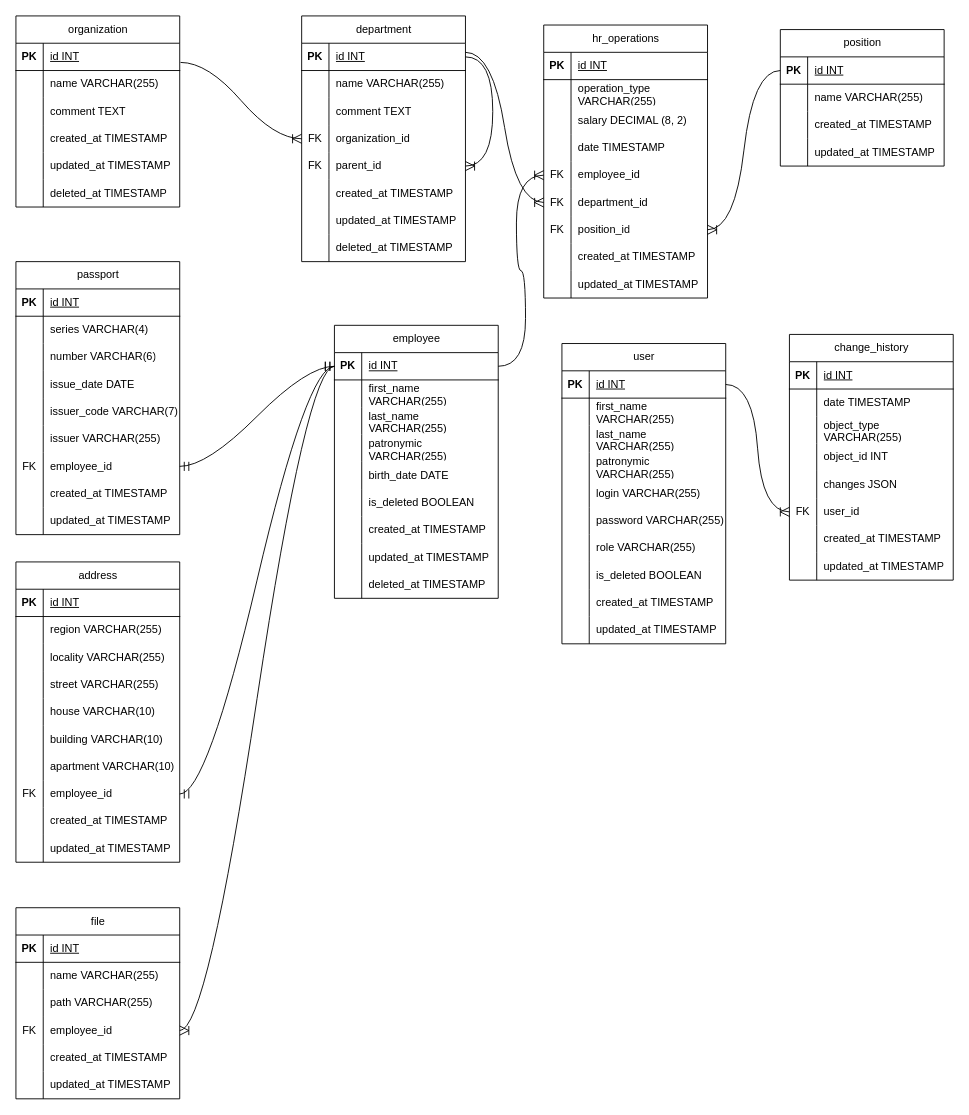
The draw.io diagram docs/ERD.drawio in merkit5/areal-hr_ext-test, before the edit. Source tidied: cells renumbered, new cells numbered last; positions are measured from the earlier drawing's top-left corner, leaving out a move shared by most shapes. Both pictures are drawn from the tidied source at 91%, with x=0, y=0 at pixel (15, -267).
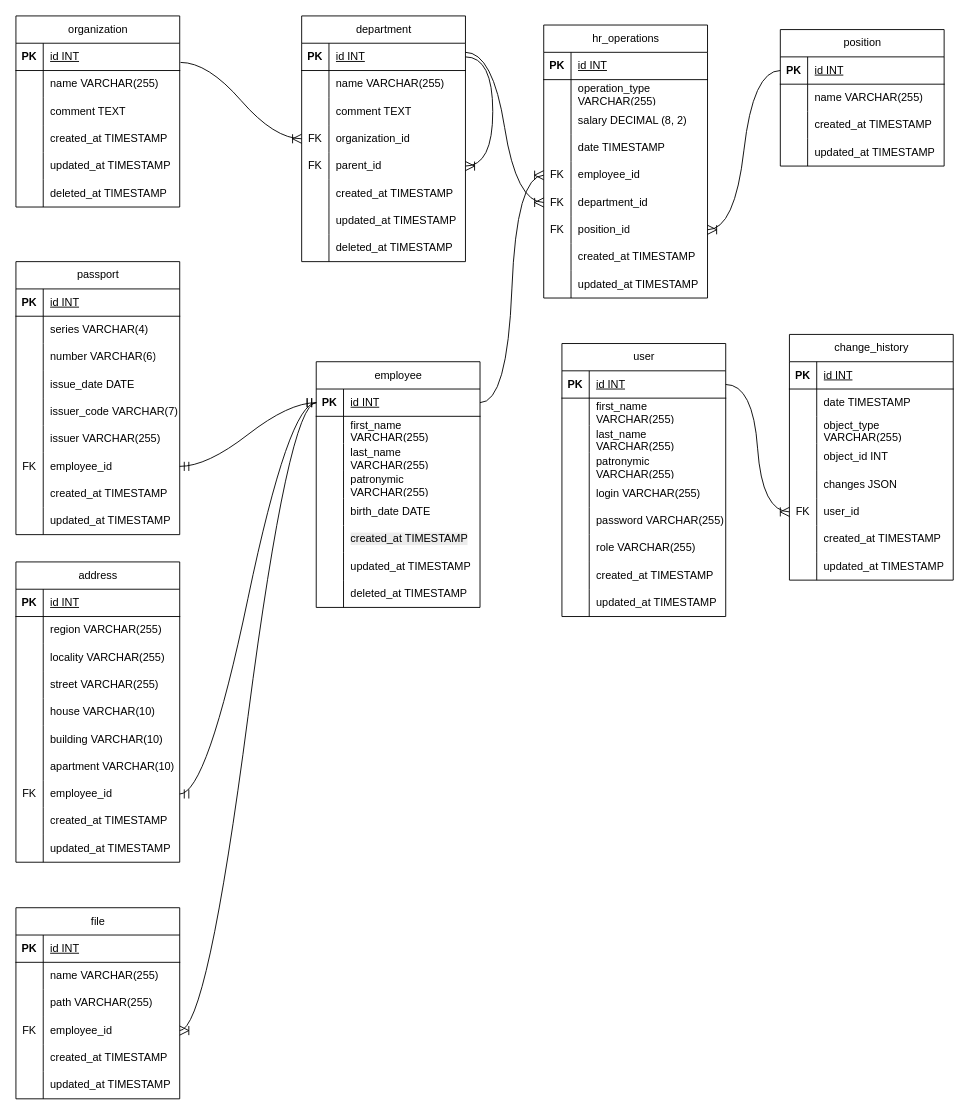
After the change.

Unchanged cells that the change refers to:
```xml
<mxCell id="107" style="shape=tableRow;horizontal=0;startSize=0;swimlaneHead=0;swimlaneBody=0;fillColor=none;top=0;left=0;right=0;bottom=0;" parent="91" vertex="1">
  <mxGeometry y="180" width="180" height="30" as="geometry" />
</mxCell>
<mxCell id="110" style="shape=tableRow;horizontal=0;startSize=0;swimlaneHead=0;swimlaneBody=0;fillColor=none;top=0;left=0;right=0;bottom=0;" parent="91" vertex="1">
  <mxGeometry y="210" width="180" height="30" as="geometry" />
</mxCell>
<mxCell id="113" style="shape=tableRow;horizontal=0;startSize=0;swimlaneHead=0;swimlaneBody=0;fillColor=none;top=0;left=0;right=0;bottom=0;" parent="91" vertex="1">
  <mxGeometry y="240" width="180" height="30" as="geometry" />
</mxCell>
```

Change to the diagram source:
```diff
@@
     <mxCell id="91" value="&lt;span style=&quot;font-weight: 400; text-wrap-mode: wrap;&quot;&gt;employee&lt;/span&gt;" style="shape=table;startSize=30;childLayout=tableLayout;rowLines=0;fontStyle=1;align=center;html=1;" parent="1" vertex="1">
-      <mxGeometry x="350" y="650" width="180" height="300" as="geometry" />
+      <mxGeometry x="330" y="690" width="180" height="270" as="geometry" />
     </mxCell>
@@
-    <mxCell id="109" value="is_deleted BOOLEAN" style="shape=partialRectangle;fillColor=none;top=0;left=0;bottom=0;right=0;align=left;spacingLeft=6;overflow=hidden;whiteSpace=wrap;html=1;" parent="107" vertex="1">
+    <mxCell id="109" value="&lt;span style=&quot;color: rgb(0, 0, 0); font-family: Helvetica; font-size: 12px; font-style: normal; font-variant-ligatures: normal; font-variant-caps: normal; font-weight: 400; letter-spacing: normal; orphans: 2; text-align: left; text-indent: 0px; text-transform: none; widows: 2; word-spacing: 0px; -webkit-text-stroke-width: 0px; white-space: normal; background-color: rgb(236, 236, 236); text-decoration-thickness: initial; text-decoration-style: initial; text-decoration-color: initial; display: inline !important; float: none;&quot;&gt;created_at TIMESTAMP&lt;/span&gt;" style="shape=partialRectangle;fillColor=none;top=0;left=0;bottom=0;right=0;align=left;spacingLeft=6;overflow=hidden;whiteSpace=wrap;html=1;" parent="107" vertex="1">
       <mxGeometry x="30" width="150" height="30" as="geometry" />
     </mxCell>
@@
-    <mxCell id="112" value="created_at TIMESTAMP" style="shape=partialRectangle;fillColor=none;top=0;left=0;bottom=0;right=0;align=left;spacingLeft=6;overflow=hidden;whiteSpace=wrap;html=1;" parent="110" vertex="1">
+    <mxCell id="112" value="updated_at TIMESTAMP" style="shape=partialRectangle;fillColor=none;top=0;left=0;bottom=0;right=0;align=left;spacingLeft=6;overflow=hidden;whiteSpace=wrap;html=1;" parent="110" vertex="1">
       <mxGeometry x="30" width="150" height="30" as="geometry" />
     </mxCell>
@@
-    <mxCell id="115" value="updated_at TIMESTAMP" style="shape=partialRectangle;fillColor=none;top=0;left=0;bottom=0;right=0;align=left;spacingLeft=6;overflow=hidden;whiteSpace=wrap;html=1;" parent="113" vertex="1">
+    <mxCell id="115" value="deleted_at TIMESTAMP" style="shape=partialRectangle;fillColor=none;top=0;left=0;bottom=0;right=0;align=left;spacingLeft=6;overflow=hidden;whiteSpace=wrap;html=1;" parent="113" vertex="1">
       <mxGeometry x="30" width="150" height="30" as="geometry" />
     </mxCell>
-    <mxCell id="116" style="shape=tableRow;horizontal=0;startSize=0;swimlaneHead=0;swimlaneBody=0;fillColor=none;top=0;left=0;right=0;bottom=0;" parent="91" vertex="1">
-      <mxGeometry y="270" width="180" height="30" as="geometry" />
-    </mxCell>
-    <mxCell id="117" style="shape=partialRectangle;fillColor=none;top=0;left=0;bottom=0;right=0;overflow=hidden;whiteSpace=wrap;html=1;" parent="116" vertex="1">
-      <mxGeometry width="30" height="30" as="geometry" />
-    </mxCell>
-    <mxCell id="118" value="deleted_at TIMESTAMP" style="shape=partialRectangle;fillColor=none;top=0;left=0;bottom=0;right=0;align=left;spacingLeft=6;overflow=hidden;whiteSpace=wrap;html=1;" parent="116" vertex="1">
-      <mxGeometry x="30" width="150" height="30" as="geometry" />
-    </mxCell>
@@
     <mxCell id="201" value="&lt;span style=&quot;font-weight: 400;&quot;&gt;user&lt;/span&gt;" style="shape=table;startSize=30;childLayout=tableLayout;rowLines=0;fontStyle=1;align=center;html=1;" parent="1" vertex="1">
-      <mxGeometry x="600" y="670" width="180" height="330" as="geometry" />
+      <mxGeometry x="600" y="670" width="180" height="300" as="geometry" />
     </mxCell>
@@
-    <mxCell id="223" style="shape=tableRow;horizontal=0;startSize=0;swimlaneHead=0;swimlaneBody=0;fillColor=none;top=0;left=0;right=0;bottom=0;" parent="201" vertex="1">
-      <mxGeometry y="240" width="180" height="30" as="geometry" />
-    </mxCell>
-    <mxCell id="224" style="shape=partialRectangle;fillColor=none;top=0;left=0;bottom=0;right=0;overflow=hidden;whiteSpace=wrap;html=1;" parent="223" vertex="1">
-      <mxGeometry width="30" height="30" as="geometry" />
-    </mxCell>
-    <mxCell id="225" value="is_deleted BOOLEAN" style="shape=partialRectangle;fillColor=none;top=0;left=0;bottom=0;right=0;align=left;spacingLeft=6;overflow=hidden;whiteSpace=wrap;html=1;" parent="223" vertex="1">
-      <mxGeometry x="30" width="150" height="30" as="geometry" />
-    </mxCell>
     <mxCell id="226" style="shape=tableRow;horizontal=0;startSize=0;swimlaneHead=0;swimlaneBody=0;fillColor=none;top=0;left=0;right=0;bottom=0;" parent="201" vertex="1">
-      <mxGeometry y="270" width="180" height="30" as="geometry" />
+      <mxGeometry y="240" width="180" height="30" as="geometry" />
     </mxCell>
@@
     <mxCell id="229" style="shape=tableRow;horizontal=0;startSize=0;swimlaneHead=0;swimlaneBody=0;fillColor=none;top=0;left=0;right=0;bottom=0;" parent="201" vertex="1">
-      <mxGeometry y="300" width="180" height="30" as="geometry" />
+      <mxGeometry y="270" width="180" height="30" as="geometry" />
     </mxCell>
```
